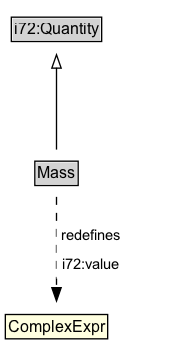
This is docs/diagrams/Mass.dot.png from ISO-TC204/ontology-cdm-p1-v1, a Graphviz export, as it was before one commit. Its source is kept beside it as docs/diagrams/Mass.dot.
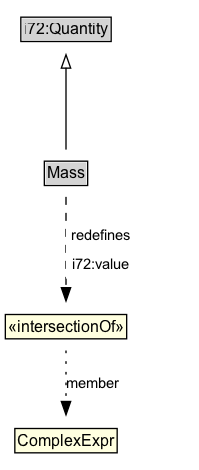
Above is the later version.

The edit, as a diff of the source:
```diff
@@ -15,6 +15,8 @@
 		Invis [label=<<TABLE BORDER="0" CELLBORDER="0" CELLSPACING="0" CELLPADDING="1"><TR><TD></TD></TR></TABLE>> margin=0 style=invis]
 	}
 	Mass -> i72_Quantity [arrowhead=onormal style=solid]
-	na010c749982e452794368b522251db07b22 [label=<<TABLE BORDER="1" CELLBORDER="0" CELLSPACING="0" CELLPADDING="1" BGCOLOR="lightyellow"><TR><TD ALIGN="CENTER">ComplexExpr</TD></TR></TABLE>> margin=0]
-	Mass -> na010c749982e452794368b522251db07b22 [label=<<TABLE BORDER="0" CELLBORDER="0" CELLSPACING="0" CELLPADDING="4" BGCOLOR="white"><TR><TD ALIGN="CENTER">redefines</TD></TR><TR><TD ALIGN="CENTER">i72:value</TD></TR></TABLE>> arrowhead=normal style=dashed]
+	n644d2ea6622c412bb8909c6637c88453b30 [label=<<TABLE BORDER="1" CELLBORDER="0" CELLSPACING="0" CELLPADDING="1" BGCOLOR="lightyellow"><TR><TD ALIGN="CENTER">«intersectionOf»</TD></TR></TABLE>> margin=0]
+	n644d2ea6622c412bb8909c6637c88453b31 [label=<<TABLE BORDER="1" CELLBORDER="0" CELLSPACING="0" CELLPADDING="1" BGCOLOR="lightyellow"><TR><TD ALIGN="CENTER">ComplexExpr</TD></TR></TABLE>> margin=0]
+	n644d2ea6622c412bb8909c6637c88453b30 -> n644d2ea6622c412bb8909c6637c88453b31 [label=member arrowhead=normal style=dotted]
+	Mass -> n644d2ea6622c412bb8909c6637c88453b30 [label=<<TABLE BORDER="0" CELLBORDER="0" CELLSPACING="0" CELLPADDING="4" BGCOLOR="white"><TR><TD ALIGN="CENTER">redefines</TD></TR><TR><TD ALIGN="CENTER">i72:value</TD></TR></TABLE>> arrowhead=normal style=dashed]
 }
```
